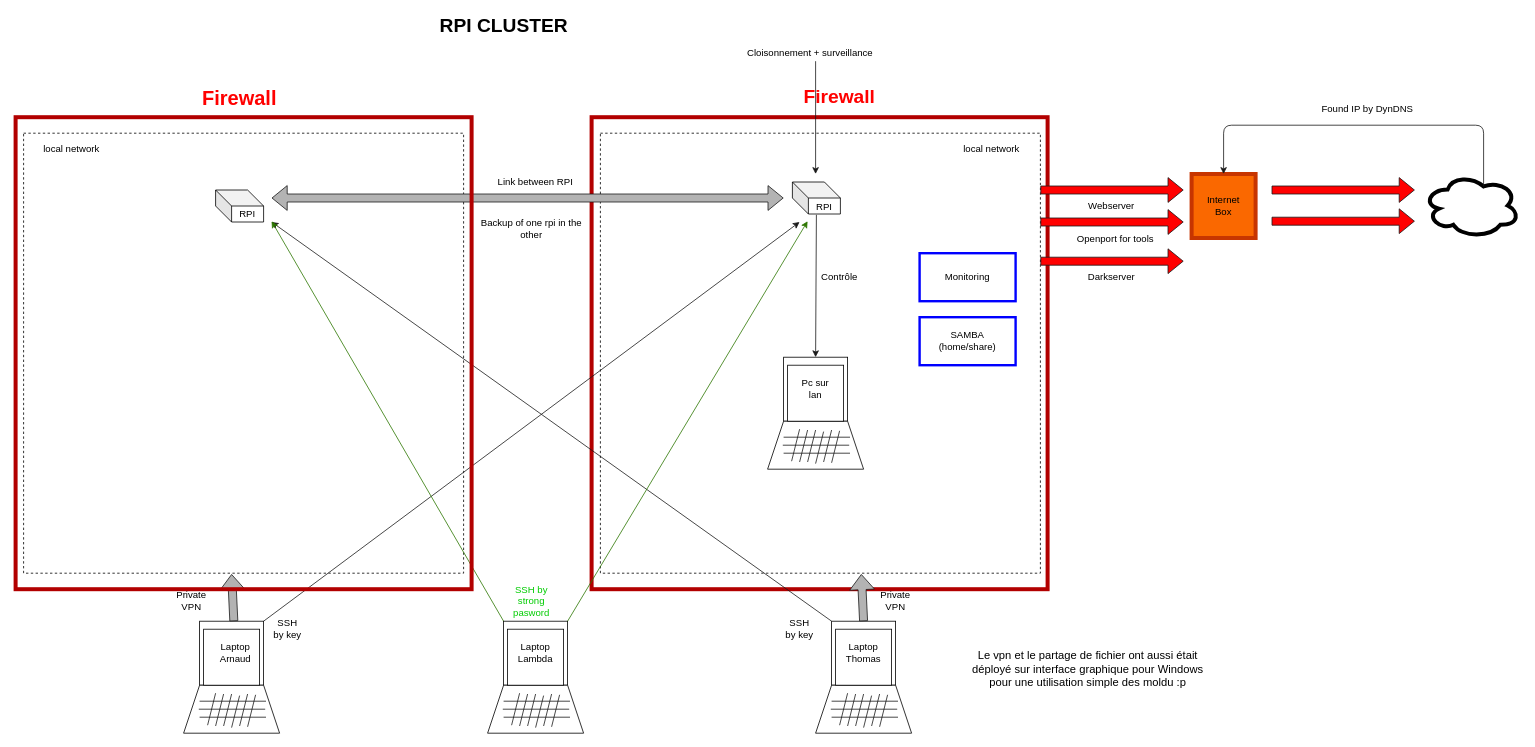
Before: RPI_SERVER.drawio in YNRA/RPI_SERVER, a draw.io diagram. Source tidied: cells renumbered, new cells numbered last; positions are measured from the earlier drawing's top-left corner, leaving out a move shared by most shapes. Both pictures are drawn from the tidied source at 80%, with x=0, y=0 at pixel (15, 21).
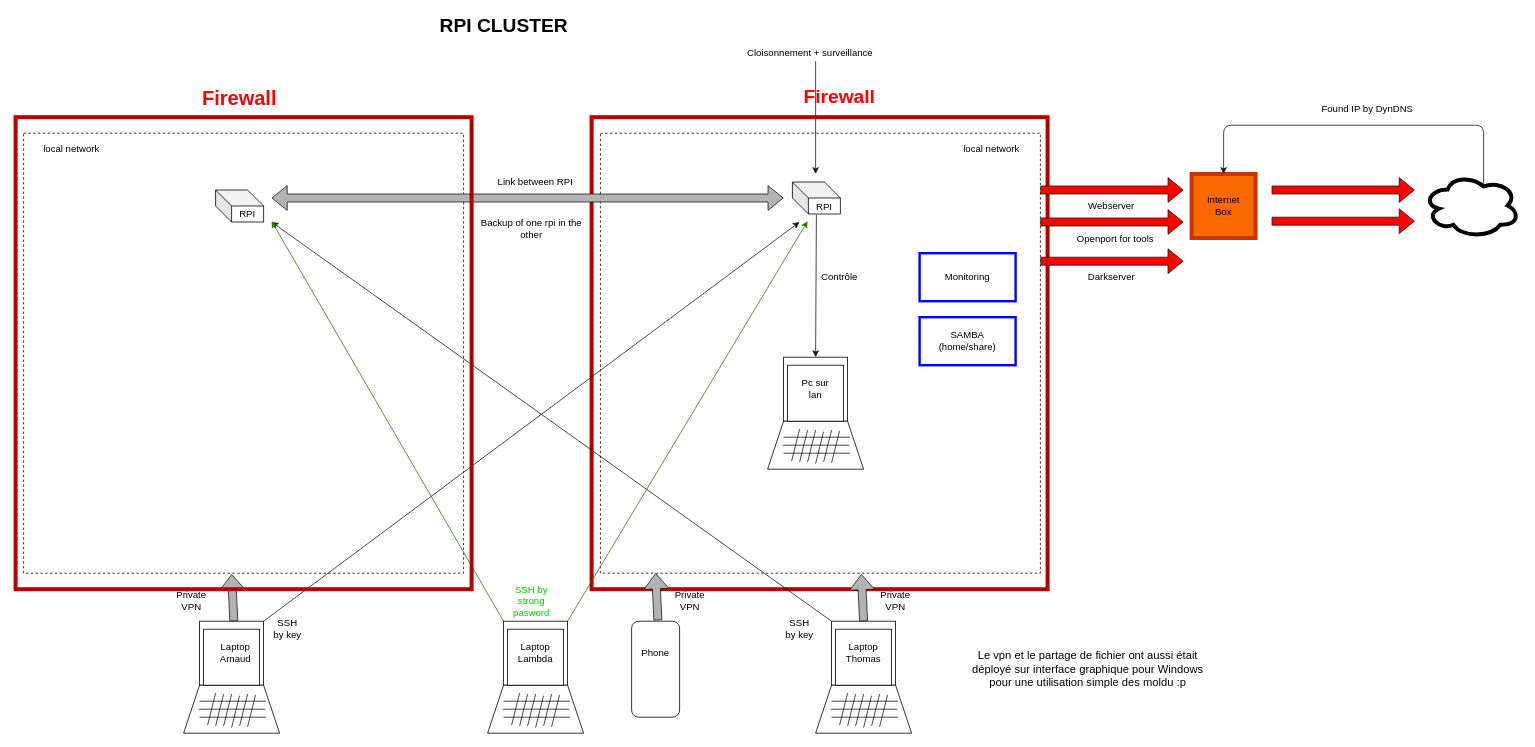
The same diagram, later.

The edit, as a diff of the source:
```diff
@@
+    <mxCell id="110" style="rounded=1;whiteSpace=wrap;html=1;" parent="1" vertex="1">
+      <mxGeometry x="770" y="750" width="60" height="120" as="geometry" />
+    </mxCell>
+    <mxCell id="111" value="Phone" style="text;html=1;strokeColor=none;fillColor=none;align=center;verticalAlign=middle;whiteSpace=wrap;rounded=0;" parent="1" vertex="1">
+      <mxGeometry x="780" y="780" width="40" height="20" as="geometry" />
+    </mxCell>
+    <mxCell id="112" style="shape=flexArrow;endArrow=classic;html=1;strokeColor=#1A1A1A;fillColor=#B3B3B3;entryX=0.593;entryY=1.002;entryDx=0;entryDy=0;entryPerimeter=0;exitX=0.5;exitY=0;exitDx=0;exitDy=0;" parent="1" edge="1">
+      <mxGeometry relative="1" as="geometry">
+        <mxPoint x="802.9" y="748.9" as="sourcePoint" />
+        <mxPoint x="800" y="690" as="targetPoint" />
+      </mxGeometry>
+    </mxCell>
+    <mxCell id="113" value="Private VPN" style="text;html=1;strokeColor=none;fillColor=none;align=center;verticalAlign=middle;whiteSpace=wrap;rounded=0;" parent="1" vertex="1">
+      <mxGeometry x="822.9" y="708.9" width="40" height="30" as="geometry" />
+    </mxCell>
```
